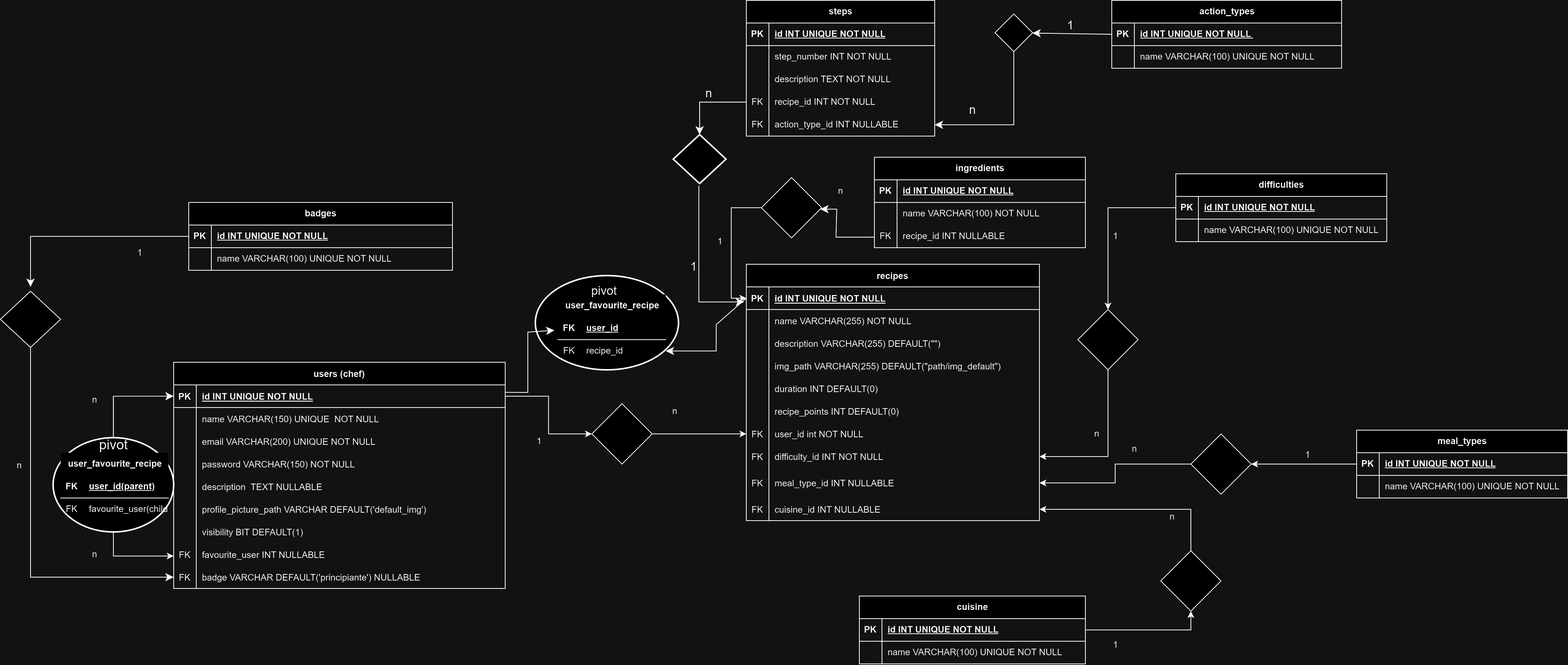
Before: MyHomeChefER.png, a diagram exported from draw.io (leonardoserra/my_home_chef). Source tidied: cells renumbered, new cells last; positions are measured from the earlier drawing's top-left corner, leaving out a move shared by most shapes.
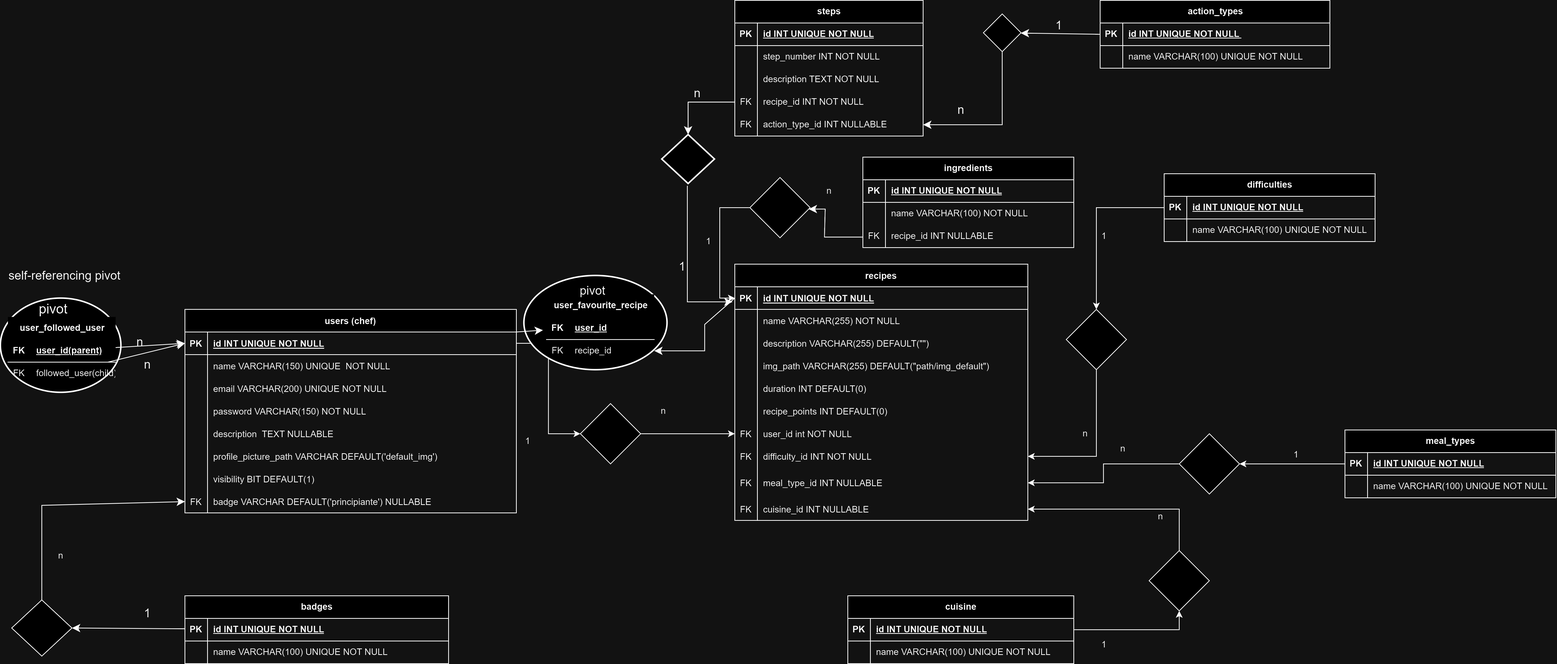
The same file after the commit.

What changed in the source:
```diff
@@ -99,7 +99,7 @@
       <mxGeometry x="880" y="530" width="30" height="30" as="geometry" />
     </mxCell>
     <mxCell id="34" value="users (chef)" style="shape=table;startSize=30;rowLines=0;fontStyle=1;align=center;" parent="1" vertex="1">
-      <mxGeometry x="230" y="480" width="440" height="300" as="geometry" />
+      <mxGeometry x="260" y="410" width="440" height="270" as="geometry" />
     </mxCell>
     <mxCell id="35" style="shape=partialRectangle;fillColor=none;points=[[0,0.5],[1,0.5]];portConstraint=eastwest;top=0;left=0;right=0;bottom=1;" parent="34" vertex="1">
       <mxGeometry y="30" width="440" height="30" as="geometry" />
@@ -164,17 +164,8 @@
     <mxCell id="55" value="visibility BIT DEFAULT(1)" style="shape=partialRectangle;overflow=hidden;fillColor=none;top=0;left=0;bottom=0;right=0;align=left;spacingLeft=6;" parent="53" vertex="1">
       <mxGeometry x="30" width="410" height="30" as="geometry" />
     </mxCell>
-    <mxCell id="56" style="shape=partialRectangle;fillColor=none;top=0;left=0;right=0;bottom=0;" parent="34" vertex="1">
-      <mxGeometry y="240" width="440" height="30" as="geometry" />
-    </mxCell>
-    <mxCell id="57" value="FK" style="shape=partialRectangle;overflow=hidden;fillColor=none;top=0;left=0;bottom=0;right=0;" parent="56" vertex="1">
-      <mxGeometry width="30" height="30" as="geometry" />
-    </mxCell>
-    <mxCell id="58" value="favourite_user INT NULLABLE" style="shape=partialRectangle;overflow=hidden;fillColor=none;top=0;left=0;bottom=0;right=0;align=left;spacingLeft=6;" parent="56" vertex="1">
-      <mxGeometry x="30" width="410" height="30" as="geometry" />
-    </mxCell>
     <mxCell id="59" style="shape=partialRectangle;fillColor=none;points=[[0,0.5],[1,0.5]];portConstraint=eastwest;top=0;left=0;right=0;bottom=0;" parent="34" vertex="1">
-      <mxGeometry y="270" width="440" height="30" as="geometry" />
+      <mxGeometry y="240" width="440" height="30" as="geometry" />
     </mxCell>
     <mxCell id="60" value="FK" style="shape=partialRectangle;overflow=hidden;fillColor=none;top=0;left=0;bottom=0;right=0;" parent="59" vertex="1">
       <mxGeometry width="30" height="30" as="geometry" />
@@ -290,22 +281,6 @@
     <mxCell id="95" value="n" style="text;html=1;align=center;verticalAlign=middle;strokeColor=none;fillColor=none;" parent="1" vertex="1">
       <mxGeometry x="1540" y="670" width="30" height="30" as="geometry" />
     </mxCell>
-    <mxCell id="96" style="edgeStyle=orthogonalEdgeStyle;rounded=0;jettySize=auto;html=1;exitX=0.5;exitY=1;exitDx=0;exitDy=0;exitPerimeter=0;" parent="1" edge="1" source="179">
-      <mxGeometry relative="1" as="geometry">
-        <mxPoint x="230" y="737" as="targetPoint" />
-        <Array as="points">
-          <mxPoint x="150" y="737" />
-        </Array>
-      </mxGeometry>
-    </mxCell>
-    <mxCell id="97" style="edgeStyle=none;rounded=0;jettySize=auto;html=1;fontSize=12;startSize=8;endSize=8;" parent="1" edge="1" target="35">
-      <mxGeometry relative="1" as="geometry">
-        <mxPoint x="150" y="580" as="sourcePoint" />
-        <Array as="points">
-          <mxPoint x="150" y="525" />
-        </Array>
-      </mxGeometry>
-    </mxCell>
     <mxCell id="98" style="edgeStyle=orthogonalEdgeStyle;rounded=0;jettySize=auto;html=1;exitX=0;exitY=0.5;exitDx=0;exitDy=0;" parent="1" edge="1" source="84" target="100">
       <mxGeometry relative="1" as="geometry" />
     </mxCell>
@@ -379,14 +354,11 @@
     <mxCell id="119" value="n" style="text;html=1;align=center;verticalAlign=middle;strokeColor=none;fillColor=none;" parent="1" vertex="1">
       <mxGeometry x="1440" y="560" width="30" height="30" as="geometry" />
     </mxCell>
-    <mxCell id="120" value="n" style="text;html=1;align=center;verticalAlign=middle;strokeColor=none;fillColor=none;" parent="1" vertex="1">
-      <mxGeometry x="110" y="720" width="30" height="30" as="geometry" />
-    </mxCell>
     <mxCell id="121" value="n" style="text;html=1;align=center;verticalAlign=middle;strokeColor=none;fillColor=none;" parent="1" vertex="1">
-      <mxGeometry x="110" y="515" width="30" height="30" as="geometry" />
+      <mxGeometry x="55" y="495" width="30" height="30" as="geometry" />
     </mxCell>
     <mxCell id="122" value="badges" style="shape=table;startSize=30;rowLines=0;fontStyle=1;align=center;html=1;fontSize=12;" parent="1" vertex="1">
-      <mxGeometry x="250" y="268" width="350" height="90" as="geometry" />
+      <mxGeometry x="260" y="790" width="350" height="90" as="geometry" />
     </mxCell>
     <mxCell id="123" style="shape=tableRow;horizontal=0;startSize=0;swimlaneHead=0;swimlaneBody=0;fillColor=none;points=[[0,0.5],[1,0.5]];portConstraint=eastwest;top=0;left=0;right=0;bottom=1;fontSize=12;" parent="122" vertex="1">
       <mxGeometry y="30" width="350" height="30" as="geometry" />
@@ -406,35 +378,22 @@
     <mxCell id="128" value="name VARCHAR(100) UNIQUE NOT NULL" style="shape=partialRectangle;fillColor=none;top=0;left=0;bottom=0;right=0;align=left;spacingLeft=6;overflow=hidden;whiteSpace=wrap;html=1;fontSize=12;" parent="126" vertex="1">
       <mxGeometry x="30" width="320" height="30" as="geometry" />
     </mxCell>
-    <mxCell id="129" style="edgeStyle=none;rounded=0;jettySize=auto;html=1;fontSize=12;startSize=8;endSize=8;" parent="1" edge="1" target="59">
-      <mxGeometry relative="1" as="geometry">
-        <mxPoint x="40" y="458.1" as="sourcePoint" />
-        <Array as="points">
-          <mxPoint x="40" y="522.9" />
-          <mxPoint x="40" y="765" />
-        </Array>
-      </mxGeometry>
-    </mxCell>
+    <mxCell id="188" style="edgeStyle=none;rounded=0;jettySize=auto;html=1;entryX=0;entryY=0.5;entryDx=0;entryDy=0;fontSize=12;startSize=8;endSize=8;" parent="1" edge="1" source="130" target="59">
+      <mxGeometry relative="1" as="geometry">
+        <Array as="points">
+          <mxPoint x="70" y="670" />
+        </Array>
+      </mxGeometry>
+    </mxCell>
     <mxCell id="130" style="shape=rhombus;perimeter=rhombusPerimeter;whiteSpace=wrap;html=1;align=center;fontSize=16;" parent="1" vertex="1">
-      <mxGeometry y="385.8" width="80" height="74.5" as="geometry" />
+      <mxGeometry x="30" y="795.5" width="80" height="74.5" as="geometry" />
     </mxCell>
     <mxCell id="131" style="edgeStyle=none;rounded=0;jettySize=auto;html=1;exitX=0;exitY=0.5;exitDx=0;exitDy=0;entryX=1;entryY=0.5;entryDx=0;entryDy=0;fontSize=12;startSize=8;endSize=8;" parent="1" edge="1" source="x" target="130">
       <mxGeometry relative="1" as="geometry" />
     </mxCell>
-    <mxCell id="132" value="1" style="text;html=1;align=center;verticalAlign=middle;strokeColor=none;fillColor=none;fontSize=12;" parent="1" vertex="1">
-      <mxGeometry x="170" y="320" width="30" height="30" as="geometry" />
-    </mxCell>
     <mxCell id="133" value="&lt;font style=&quot;font-size: 11px;&quot;&gt;n&lt;/font&gt;" style="text;html=1;align=center;verticalAlign=middle;strokeColor=none;fillColor=none;fontSize=16;" parent="1" vertex="1">
-      <mxGeometry x="10" y="600" width="30" height="30" as="geometry" />
+      <mxGeometry x="80" y="720" width="30" height="30" as="geometry" />
     </mxCell>
-    <mxCell id="134" style="edgeStyle=none;rounded=0;jettySize=auto;html=1;fontSize=12;startSize=8;endSize=8;" parent="1" edge="1" source="123">
-      <mxGeometry relative="1" as="geometry">
-        <mxPoint x="40" y="380" as="targetPoint" />
-        <Array as="points">
-          <mxPoint x="40" y="313" />
-        </Array>
-      </mxGeometry>
-    </mxCell>
     <mxCell id="135" style="edgeStyle=none;rounded=0;jettySize=auto;html=1;fontSize=12;startSize=8;endSize=8;entryX=1;entryY=0.5;entryDx=0;entryDy=0;" parent="1" edge="1" source="164" target="149">
       <mxGeometry relative="1" as="geometry">
         <Array as="points">
@@ -593,10 +552,10 @@
       <mxGeometry x="771" y="370" width="60" height="30" as="geometry" />
     </mxCell>
     <mxCell id="179" style="strokeWidth=2;html=1;shape=mxgraph.flowchart.start_1;whiteSpace=wrap;fontSize=16;" parent="1" vertex="1">
-      <mxGeometry x="70" y="580" width="160" height="125" as="geometry" />
+      <mxGeometry x="15" y="395" width="160" height="125" as="geometry" />
     </mxCell>
-    <mxCell id="180" value="&lt;font style=&quot;font-size: 9px;&quot;&gt;user_favourite_recipe&lt;/font&gt;" style="shape=table;startSize=30;rowLines=0;fontStyle=1;align=center;html=1;fontSize=9;strokeColor=none;" parent="1" vertex="1">
-      <mxGeometry x="80" y="600" width="143" height="90" as="geometry" />
+    <mxCell id="180" value="&lt;font style=&quot;font-size: 9px;&quot;&gt;user_followed_user&lt;/font&gt;" style="shape=table;startSize=30;rowLines=0;fontStyle=1;align=center;html=1;fontSize=9;strokeColor=none;" parent="1" vertex="1">
+      <mxGeometry x="25" y="420" width="143" height="90" as="geometry" />
     </mxCell>
     <mxCell id="181" style="shape=tableRow;horizontal=0;startSize=0;swimlaneHead=0;swimlaneBody=0;fillColor=none;points=[[0,0.5],[1,0.5]];portConstraint=eastwest;top=0;left=0;right=0;bottom=1;fontSize=9;" parent="180" vertex="1">
       <mxGeometry y="30" width="143" height="30" as="geometry" />
@@ -613,11 +572,32 @@
     <mxCell id="185" value="FK" style="shape=partialRectangle;fillColor=none;top=0;left=0;bottom=0;right=0;overflow=hidden;whiteSpace=wrap;html=1;fontSize=9;" parent="184" vertex="1">
       <mxGeometry width="30" height="30" as="geometry" />
     </mxCell>
-    <mxCell id="186" value="favourite_user(child)" style="shape=partialRectangle;fillColor=none;top=0;left=0;bottom=0;right=0;align=left;spacingLeft=6;overflow=hidden;whiteSpace=wrap;html=1;fontSize=9;" parent="184" vertex="1">
+    <mxCell id="186" value="followed_user(child)" style="shape=partialRectangle;fillColor=none;top=0;left=0;bottom=0;right=0;align=left;spacingLeft=6;overflow=hidden;whiteSpace=wrap;html=1;fontSize=9;" parent="184" vertex="1">
       <mxGeometry x="30" width="113" height="30" as="geometry" />
     </mxCell>
     <mxCell id="187" value="&lt;font style=&quot;font-size: 18px;&quot;&gt;pivot&lt;/font&gt;" style="text;html=1;align=center;verticalAlign=middle;strokeColor=none;fillColor=none;fontSize=12;" parent="1" vertex="1">
-      <mxGeometry x="120" y="570" width="60" height="40" as="geometry" />
+      <mxGeometry x="55" y="390" width="60" height="40" as="geometry" />
     </mxCell>
+    <mxCell id="189" style="edgeStyle=none;curved=1;rounded=0;jettySize=auto;html=1;entryX=1;entryY=0.5;entryDx=0;entryDy=0;fontSize=12;startSize=8;endSize=8;" parent="1" edge="1" source="123" target="130">
+      <mxGeometry relative="1" as="geometry" />
+    </mxCell>
+    <mxCell id="132" value="1" style="text;html=1;align=center;verticalAlign=middle;strokeColor=none;fillColor=none;fontSize=16;" parent="1" vertex="1">
+      <mxGeometry x="195" y="798" width="30" height="30" as="geometry" />
+    </mxCell>
+    <mxCell id="190" style="edgeStyle=none;curved=1;rounded=0;jettySize=auto;html=1;entryX=0;entryY=0.5;entryDx=0;entryDy=0;fontSize=12;startSize=8;endSize=8;" parent="1" edge="1" source="181" target="35">
+      <mxGeometry relative="1" as="geometry" />
+    </mxCell>
+    <mxCell id="191" style="edgeStyle=none;curved=1;rounded=0;jettySize=auto;html=1;entryX=0;entryY=0.5;entryDx=0;entryDy=0;fontSize=12;startSize=8;endSize=8;" parent="1" edge="1" source="184" target="35">
+      <mxGeometry relative="1" as="geometry" />
+    </mxCell>
+    <mxCell id="192" value="n" style="text;html=1;align=center;verticalAlign=middle;strokeColor=none;fillColor=none;fontSize=16;" parent="1" vertex="1">
+      <mxGeometry x="185" y="438" width="30" height="30" as="geometry" />
+    </mxCell>
+    <mxCell id="193" value="n" style="text;html=1;align=center;verticalAlign=middle;strokeColor=none;fillColor=none;fontSize=16;" parent="1" vertex="1">
+      <mxGeometry x="195" y="468" width="30" height="30" as="geometry" />
+    </mxCell>
+    <mxCell id="194" value="self-referencing pivot&lt;br&gt;" style="text;html=1;align=center;verticalAlign=middle;strokeColor=none;fillColor=none;fontSize=16;" parent="1" vertex="1">
+      <mxGeometry x="15" y="350" width="170" height="30" as="geometry" />
+    </mxCell>
   </root>
 </mxGraphModel>
```
